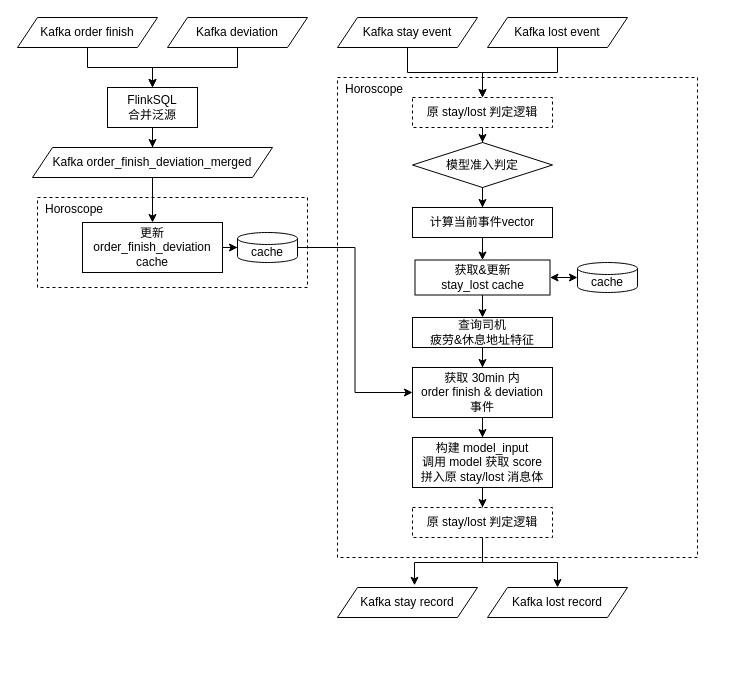
MaverickZwt/hangzhou_house_knowledge keeps this draw.io diagram as Q4降打扰.drawio. Above is the earlier version. Source tidied: cells renumbered, new cells numbered last; positions are measured from the earlier drawing's top-left corner, leaving out a move shared by most shapes. Both pictures are drawn from the tidied source at 100%, with x=0, y=0 at pixel (17, 17).
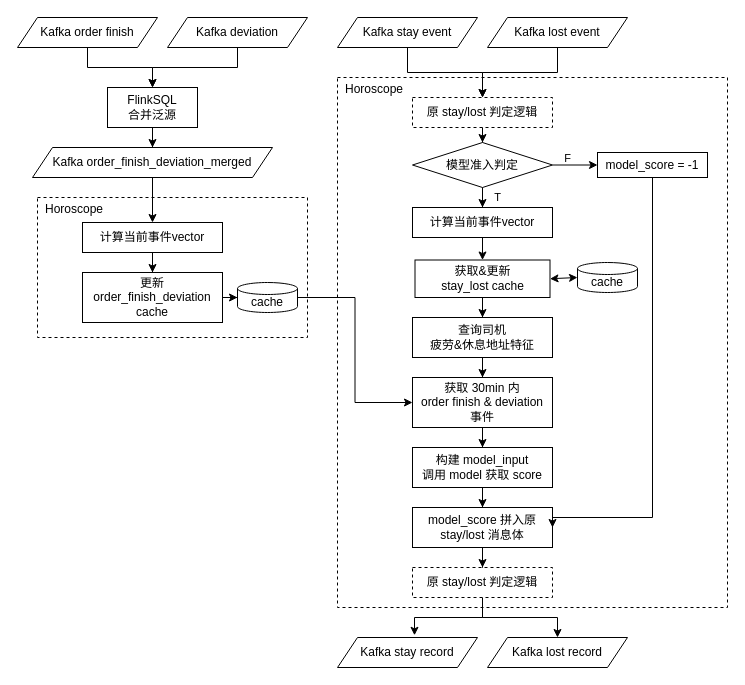
The same page after the edit.

Commit message (it also covers changes not shown here):
更新Q4降打扰.drawio

The change refers to these unchanged cells:
```xml
<mxCell id="11" value="Kafka order_finish_deviation_merged" style="shape=parallelogram;perimeter=parallelogramPerimeter;whiteSpace=wrap;html=1;fixedSize=1;" parent="1" vertex="1">
  <mxGeometry x="15" y="130" width="240" height="30" as="geometry" />
</mxCell>
<mxCell id="23" value="计算当前事件vector" style="rounded=0;whiteSpace=wrap;html=1;" parent="1" vertex="1">
  <mxGeometry x="395" y="190" width="140" height="30" as="geometry" />
</mxCell>
<mxCell id="25" value="模型准入判定" style="rhombus;whiteSpace=wrap;html=1;strokeColor=default;" parent="1" vertex="1">
  <mxGeometry x="395" y="125" width="140" height="45" as="geometry" />
</mxCell>
```

What changed in the source:
```diff
@@
-    <mxCell id="2" value="Horoscope" style="rounded=0;whiteSpace=wrap;html=1;dashed=1;align=left;horizontal=1;verticalAlign=top;spacingLeft=6;spacingTop=-2;" parent="1" vertex="1">
-      <mxGeometry x="320" y="60" width="360" height="480" as="geometry" />
+    <mxCell id="2" value="Horoscope" style="rounded=0;whiteSpace=wrap;html=1;dashed=1;align=left;horizontal=1;verticalAlign=top;spacingLeft=6;spacingTop=-2;fontColor=default;" parent="1" vertex="1">
+      <mxGeometry x="320" y="60" width="390" height="530" as="geometry" />
     </mxCell>
     <mxCell id="3" value="Horoscope" style="rounded=0;whiteSpace=wrap;html=1;dashed=1;align=left;horizontal=1;verticalAlign=top;spacingLeft=6;spacingTop=-2;" parent="1" vertex="1">
-      <mxGeometry x="20" y="180" width="270" height="90" as="geometry" />
+      <mxGeometry x="20" y="180" width="270" height="140" as="geometry" />
     </mxCell>
@@
-    <mxCell id="10" style="edgeStyle=orthogonalEdgeStyle;rounded=0;jettySize=auto;html=1;entryX=0.5;entryY=0;entryDx=0;entryDy=0;" parent="1" edge="1" source="11" target="13">
-      <mxGeometry relative="1" as="geometry" />
-    </mxCell>
+    <mxCell id="41" style="edgeStyle=orthogonalEdgeStyle;rounded=0;jettySize=auto;html=1;entryX=0.5;entryY=0;entryDx=0;entryDy=0;labelBackgroundColor=none;fontColor=default;" parent="1" edge="1" source="11" target="49">
+      <mxGeometry relative="1" as="geometry" />
+    </mxCell>
@@
     <mxCell id="13" value="更新 &lt;br&gt;order_finish_deviation cache" style="rounded=0;whiteSpace=wrap;html=1;" parent="1" vertex="1">
-      <mxGeometry x="65" y="205" width="140" height="50" as="geometry" />
+      <mxGeometry x="65" y="255" width="140" height="50" as="geometry" />
     </mxCell>
@@
     <mxCell id="15" value="cache" style="shape=cylinder3;whiteSpace=wrap;html=1;boundedLbl=1;backgroundOutline=1;size=6;" parent="1" vertex="1">
-      <mxGeometry x="220" y="215" width="60" height="30" as="geometry" />
+      <mxGeometry x="220" y="265" width="60" height="30" as="geometry" />
     </mxCell>
@@
-    <mxCell id="24" style="edgeStyle=orthogonalEdgeStyle;rounded=0;jettySize=auto;html=1;entryX=0.5;entryY=0;entryDx=0;entryDy=0;" parent="1" edge="1" source="25" target="23">
-      <mxGeometry relative="1" as="geometry" />
+    <mxCell id="24" value="T" style="edgeStyle=orthogonalEdgeStyle;rounded=0;jettySize=auto;html=1;entryX=0.5;entryY=0;entryDx=0;entryDy=0;labelBackgroundColor=none;" parent="1" edge="1" source="25" target="23">
+      <mxGeometry y="-15" relative="1" as="geometry" />
     </mxCell>
+    <mxCell id="42" value="F" style="edgeStyle=orthogonalEdgeStyle;rounded=0;jettySize=auto;html=1;entryX=0;entryY=0.5;entryDx=0;entryDy=0;labelBackgroundColor=none;" parent="1" edge="1" source="25" target="47">
+      <mxGeometry x="-0.33" y="8" relative="1" as="geometry">
+        <mxPoint y="1" as="offset" />
+      </mxGeometry>
+    </mxCell>
@@
     <mxCell id="27" value="获取&amp;amp;更新 &lt;br&gt;stay_lost cache" style="rounded=0;whiteSpace=wrap;html=1;" parent="1" vertex="1">
-      <mxGeometry x="397.5" y="242.5" width="135" height="35" as="geometry" />
+      <mxGeometry x="397.5" y="242.5" width="135" height="37.5" as="geometry" />
     </mxCell>
@@
     <mxCell id="31" value="查询司机 &lt;br&gt;疲劳&amp;amp;休息地址特征" style="rounded=0;whiteSpace=wrap;html=1;" parent="1" vertex="1">
-      <mxGeometry x="395" y="300" width="140" height="30" as="geometry" />
+      <mxGeometry x="395" y="300" width="140" height="40" as="geometry" />
     </mxCell>
@@
     <mxCell id="33" value="获取 30min 内&lt;br&gt;order finish &amp;amp; deviation&lt;br&gt;事件" style="rounded=0;whiteSpace=wrap;html=1;" parent="1" vertex="1">
-      <mxGeometry x="395" y="350" width="140" height="50" as="geometry" />
+      <mxGeometry x="395" y="360" width="140" height="50" as="geometry" />
     </mxCell>
-    <mxCell id="34" style="edgeStyle=orthogonalEdgeStyle;rounded=0;jettySize=auto;html=1;entryX=0.5;entryY=0;entryDx=0;entryDy=0;" parent="1" edge="1" source="35" target="38">
-      <mxGeometry relative="1" as="geometry" />
-    </mxCell>
+    <mxCell id="43" style="edgeStyle=orthogonalEdgeStyle;rounded=0;jettySize=auto;html=1;entryX=0.5;entryY=0;entryDx=0;entryDy=0;" parent="1" edge="1" source="35" target="45">
+      <mxGeometry relative="1" as="geometry" />
+    </mxCell>
-    <mxCell id="35" value="构建 model_input&lt;br&gt;调用 model 获取 score&lt;br&gt;拼入原 stay/lost 消息体" style="rounded=0;whiteSpace=wrap;html=1;" parent="1" vertex="1">
-      <mxGeometry x="395" y="420" width="140" height="50" as="geometry" />
+    <mxCell id="35" value="构建 model_input&lt;br&gt;调用 model 获取 score" style="rounded=0;whiteSpace=wrap;html=1;" parent="1" vertex="1">
+      <mxGeometry x="395" y="430" width="140" height="40" as="geometry" />
     </mxCell>
@@
     <mxCell id="38" value="原 stay/lost 判定逻辑" style="rounded=0;whiteSpace=wrap;html=1;dashed=1;" parent="1" vertex="1">
-      <mxGeometry x="395" y="490" width="140" height="30" as="geometry" />
+      <mxGeometry x="395" y="550" width="140" height="30" as="geometry" />
     </mxCell>
     <mxCell id="39" value="Kafka stay record" style="shape=parallelogram;perimeter=parallelogramPerimeter;whiteSpace=wrap;html=1;fixedSize=1;" parent="1" vertex="1">
-      <mxGeometry x="320" y="570" width="140" height="30" as="geometry" />
+      <mxGeometry x="320" y="620" width="140" height="30" as="geometry" />
     </mxCell>
     <mxCell id="40" value="Kafka lost record" style="shape=parallelogram;perimeter=parallelogramPerimeter;whiteSpace=wrap;html=1;fixedSize=1;" parent="1" vertex="1">
-      <mxGeometry x="470" y="570" width="140" height="30" as="geometry" />
+      <mxGeometry x="470" y="620" width="140" height="30" as="geometry" />
     </mxCell>
+    <mxCell id="44" style="edgeStyle=orthogonalEdgeStyle;rounded=0;jettySize=auto;html=1;entryX=0.5;entryY=0;entryDx=0;entryDy=0;" parent="1" edge="1" source="45" target="38">
+      <mxGeometry relative="1" as="geometry" />
+    </mxCell>
+    <mxCell id="45" value="model_score 拼入原 stay/lost 消息体" style="rounded=0;whiteSpace=wrap;html=1;" parent="1" vertex="1">
+      <mxGeometry x="395" y="490" width="140" height="40" as="geometry" />
+    </mxCell>
+    <mxCell id="46" style="edgeStyle=orthogonalEdgeStyle;rounded=0;jettySize=auto;html=1;entryX=1;entryY=0.5;entryDx=0;entryDy=0;" parent="1" edge="1" source="47" target="45">
+      <mxGeometry relative="1" as="geometry">
+        <Array as="points">
+          <mxPoint x="635" y="500" />
+        </Array>
+      </mxGeometry>
+    </mxCell>
+    <mxCell id="47" value="model_score = -1" style="rounded=0;whiteSpace=wrap;html=1;" parent="1" vertex="1">
+      <mxGeometry x="580" y="135" width="110" height="25" as="geometry" />
+    </mxCell>
+    <mxCell id="48" style="edgeStyle=orthogonalEdgeStyle;rounded=0;jettySize=auto;html=1;entryX=0.5;entryY=0;entryDx=0;entryDy=0;labelBackgroundColor=none;fontColor=default;" parent="1" edge="1" source="49" target="13">
+      <mxGeometry relative="1" as="geometry" />
+    </mxCell>
+    <mxCell id="49" value="计算当前事件vector" style="rounded=0;whiteSpace=wrap;html=1;" parent="1" vertex="1">
+      <mxGeometry x="65" y="205" width="140" height="30" as="geometry" />
+    </mxCell>
```
